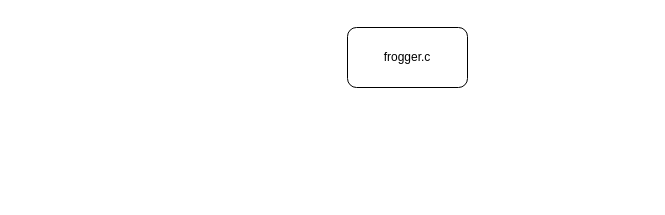
mginhson/TPF keeps this draw.io diagram as FROGGER.drawio. Above is the earlier version. Source tidied: cells renumbered, new cells numbered last; positions are measured from the earlier drawing's top-left corner, leaving out a move shared by most shapes. Both pictures are drawn from the tidied source at 100%, with x=0, y=0 at pixel (347, 27).
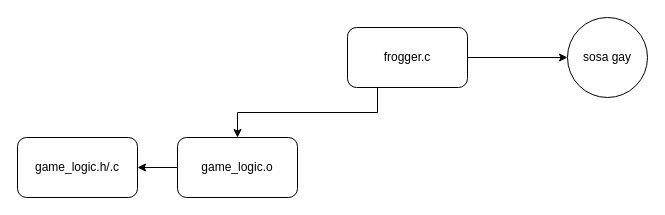
The same page after the edit.

Diff of the diagram source:
```diff
@@
 <mxGraphModel>
   <root>
     <mxCell id="0" />
     <mxCell id="1" parent="0" />
+    <mxCell id="3" style="edgeStyle=orthogonalEdgeStyle;rounded=0;jettySize=auto;html=1;exitX=0.25;exitY=1;exitDx=0;exitDy=0;" parent="1" edge="1" source="2" target="6">
+      <mxGeometry relative="1" as="geometry" />
+    </mxCell>
+    <mxCell id="4" style="edgeStyle=orthogonalEdgeStyle;rounded=0;jettySize=auto;html=1;" parent="1" edge="1" source="2" target="7">
+      <mxGeometry relative="1" as="geometry" />
+    </mxCell>
     <mxCell id="2" value="frogger.c" style="rounded=1;whiteSpace=wrap;html=1;" parent="1" vertex="1">
       <mxGeometry width="120" height="60" as="geometry" />
     </mxCell>
+    <mxCell id="5" style="edgeStyle=orthogonalEdgeStyle;rounded=0;jettySize=auto;html=1;exitX=0;exitY=0.5;exitDx=0;exitDy=0;entryX=1;entryY=0.5;entryDx=0;entryDy=0;" parent="1" edge="1" source="6" target="8">
+      <mxGeometry relative="1" as="geometry" />
+    </mxCell>
+    <mxCell id="6" value="&lt;div&gt;game_logic.o&lt;/div&gt;" style="rounded=1;whiteSpace=wrap;html=1;" parent="1" vertex="1">
+      <mxGeometry x="-170" y="110" width="120" height="60" as="geometry" />
+    </mxCell>
+    <mxCell id="7" value="sosa gay" style="ellipse;whiteSpace=wrap;html=1;rounded=1;" parent="1" vertex="1">
+      <mxGeometry x="220" y="-10" width="80" height="80" as="geometry" />
+    </mxCell>
+    <mxCell id="8" value="game_logic.h/.c" style="rounded=1;whiteSpace=wrap;html=1;" parent="1" vertex="1">
+      <mxGeometry x="-330" y="110" width="120" height="60" as="geometry" />
+    </mxCell>
   </root>
 </mxGraphModel>
```
